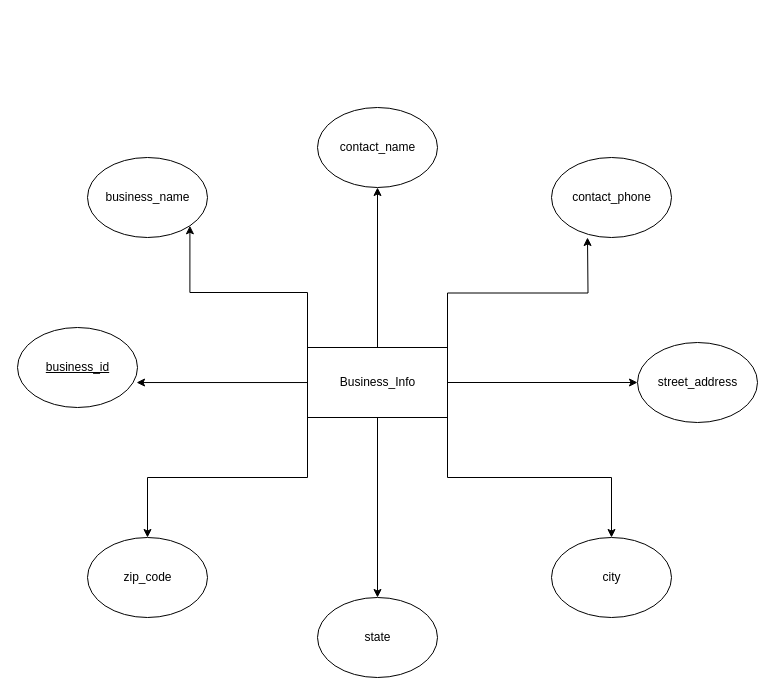
Above: page "Business_Info" (1 of 5) of TakeHomeProject.drawio in mrkwapo/DatabaseDesignAndManagement (draw.io), before the change. Source tidied: cells renumbered, new cells numbered last; positions are measured from the earlier drawing's top-left corner, leaving out a move shared by most shapes. Both pictures are drawn from the tidied source at 100%, with x=0, y=0 at pixel (17, 107).
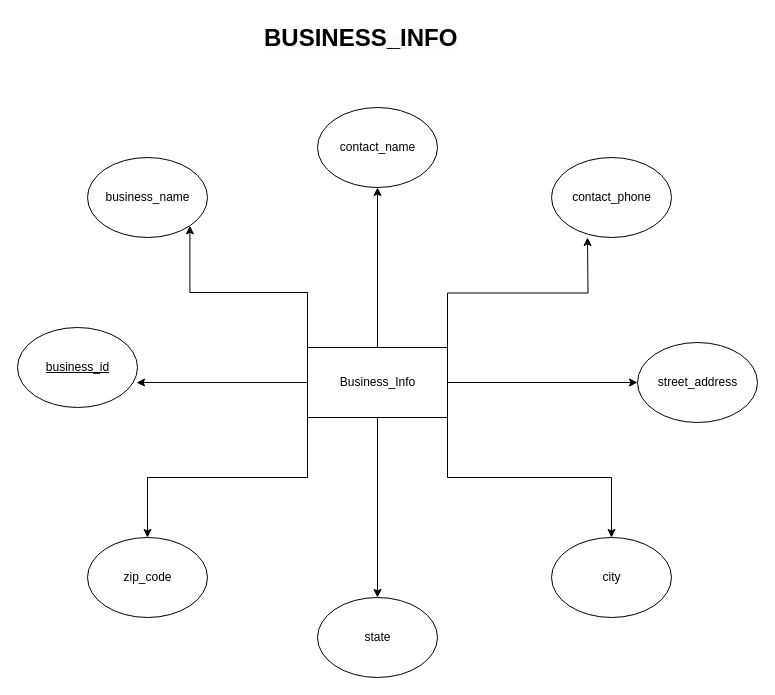
The same diagram, later.

The edit, as a diff of the source:
```diff
@@
+    <mxCell id="37" value="&lt;b style=&quot;border-color: var(--border-color); color: rgb(0, 0, 0); font-family: Helvetica; font-size: 12px; font-style: normal; font-variant-ligatures: normal; font-variant-caps: normal; letter-spacing: normal; orphans: 2; text-align: center; text-indent: 0px; text-transform: none; widows: 2; word-spacing: 0px; -webkit-text-stroke-width: 0px; background-color: rgb(251, 251, 251); text-decoration-thickness: initial; text-decoration-style: initial; text-decoration-color: initial;&quot;&gt;&lt;font style=&quot;border-color: var(--border-color); font-size: 24px;&quot;&gt;BUSINESS_INFO&lt;/font&gt;&lt;/b&gt;" style="text;whiteSpace=wrap;html=1;" parent="1" vertex="1">
+      <mxGeometry x="245" y="-90" width="230" height="50" as="geometry" />
+    </mxCell>
```
